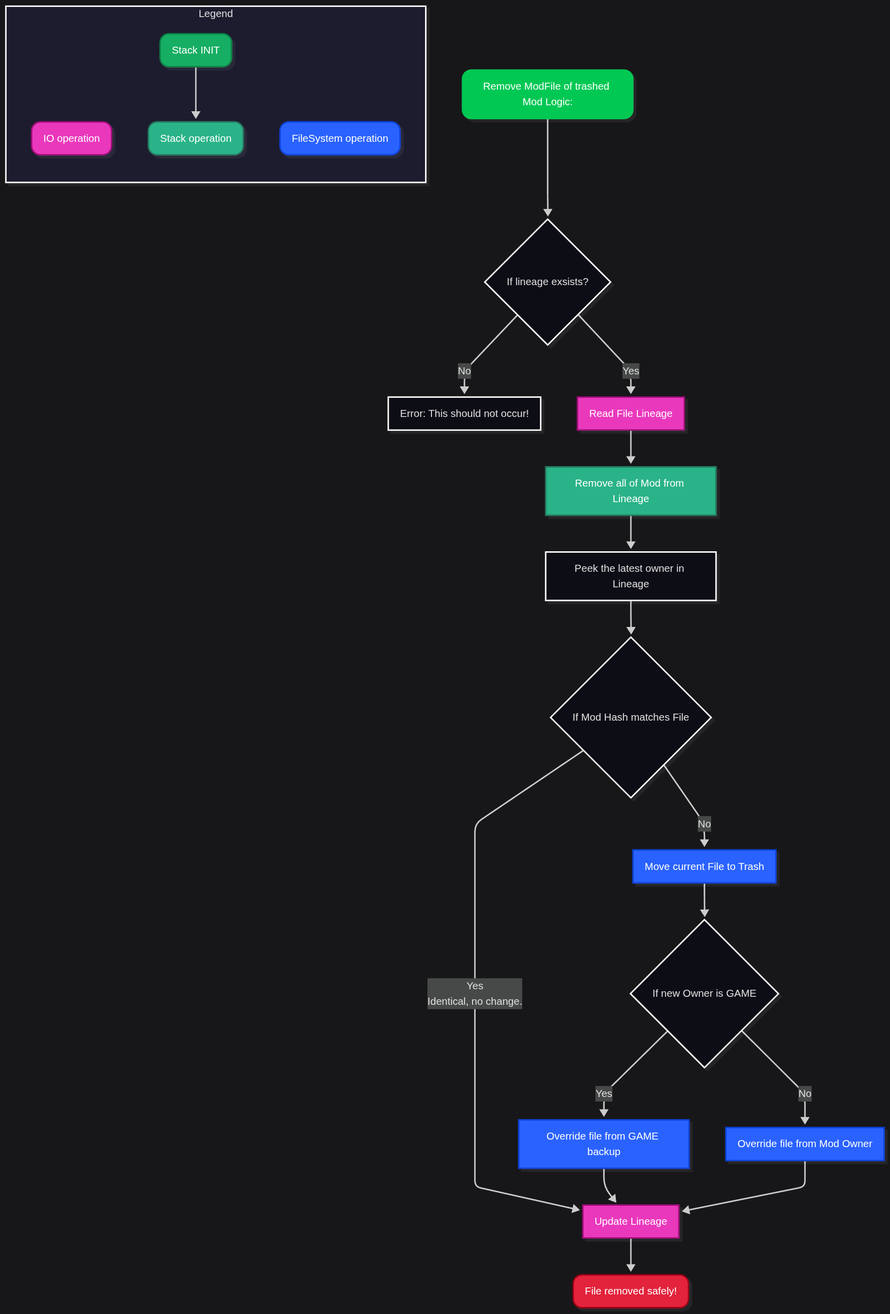
Onberg47/FileChange_Mod_Manager keeps this Mermaid diagram as docs/diagrams/ModFile_trash_logic.png. Above is the earlier version. Its source is kept beside it as docs/diagrams/ModFile_trash_logic.mmd.
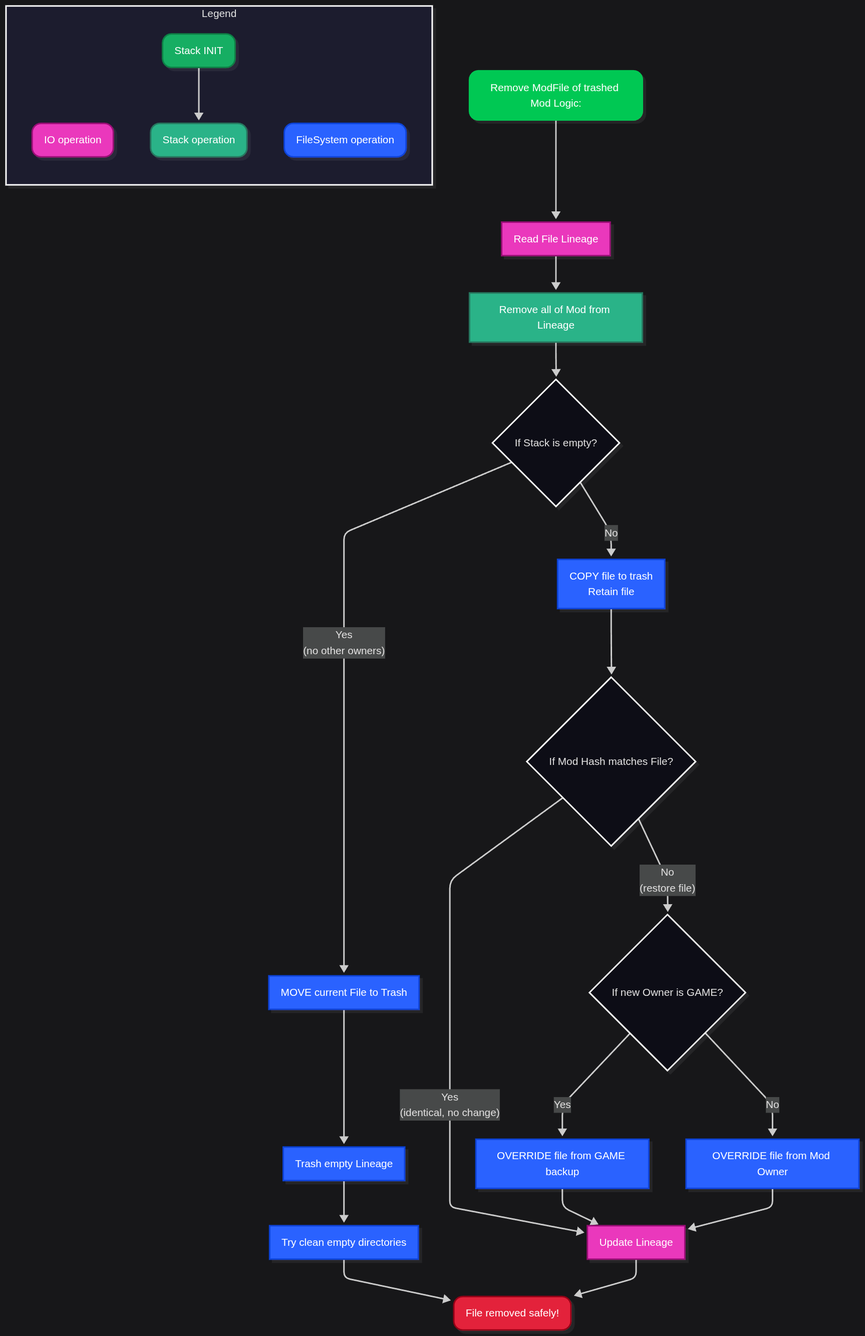
After the commit.

The edit, as a diff of the source:
```diff
@@ -1,29 +1,30 @@
 flowchart TD
 
     Start(Remove ModFile of trashed Mod Logic:)
-    --> CheckLineage{If lineage exsists?} -- No --> Error[Error: This should not occur!]
+    --> ReadLineage[Read File Lineage]
+    --> RemoveFromLineage[Remove all of Mod from Lineage]
+    --> IsLastOwner{If Stack is empty?}
+    IsLastOwner -- No
+        -->CopyTrash[COPY file to trash<br>Retain file]
+        --> CheckHash{If Mod Hash matches File?}
+    IsLastOwner -- Yes<br>(no other owners)
+        --> TrashFile[MOVE current File to Trash]
+        --> TrashLineage[Trash empty Lineage]
+        --> Clean[Try clean empty directories]
 
-    CheckLineage -- Yes
-        --> ReadLineage[Read File Lineage]
-        --> RemoveFromLineage[Remove all of Mod from Lineage]
-        --> PeekLineageStack[Peek the latest owner in Lineage]
-        --> CheckHash{If Mod Hash matches File}
+    CheckHash -- Yes<br>(identical, no change)
+        --> UpdateLineage[Update Lineage]
+    CheckHash -- No<br>(restore file)
+        --> IfGameOwned{If new Owner is GAME?}
+        IfGameOwned -- Yes
+            --> RestoreFromBackup[OVERRIDE file from GAME backup]
+            --> UpdateLineage
+        IfGameOwned -- No
+            --> RestoreFromManifest[OVERRIDE file from Mod Owner]
+            --> UpdateLineage
 
-        CheckHash -- Yes<br>Identical, no change.
-            --> CleanDirectories[Try clean empty directories.]
-            --> UpdateLineage
-        CheckHash -- No
-            --> TrashFile[Move current File to Trash]
-            --> IfGameOwned{If new Owner is GAME}
-                IfGameOwned -- Yes
-                    --> RestoreFromBackup[Override file from GAME backup]
-                    --> UpdateLineage
-                IfGameOwned -- No
-                    --> RestoreFromManifest[Override file from Mod Owner]
-                    --> UpdateLineage
-
-        UpdateLineage[Update Lineage]
-        --> End(File removed safely!)
+    Clean --> End
+    UpdateLineage --> End(File removed safely!)
 
     subgraph Legend
         IO_OP(IO operation)
@@ -45,5 +46,8 @@
 
     style FileS_OP color:#FFFFFF, fill:#2962FF, stroke:#0b42d6
     style TrashFile color:#FFFFFF, fill:#2962FF, stroke:#0b42d6
+    style TrashLineage color:#FFFFFF, fill:#2962FF, stroke:#0b42d6
+    style CopyTrash color:#FFFFFF, fill:#2962FF, stroke:#0b42d6
     style RestoreFromBackup color:#FFFFFF, fill:#2962FF, stroke:#0b42d6
     style RestoreFromManifest color:#FFFFFF, fill:#2962FF, stroke:#0b42d6
+    style Clean color:#FFFFFF, fill:#2962FF, stroke:#0b42d6
```
